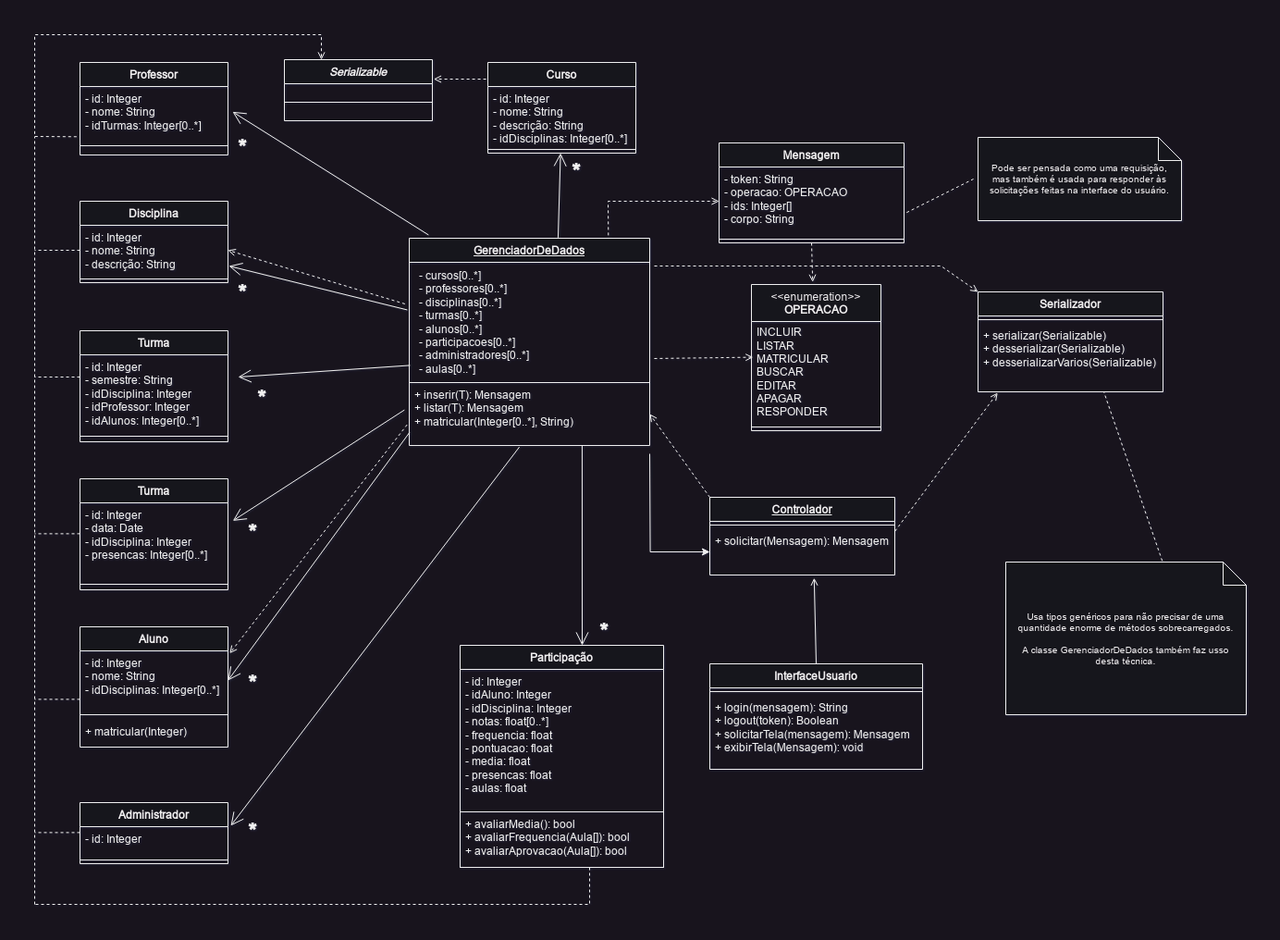
This is docs/entrega/02/img/class_100-dark.drawio.png from jultty/aps-escola, a draw.io export, as it was before one commit. Source tidied: cells renumbered, new cells last; positions are measured from the earlier drawing's top-left corner, leaving out a move shared by most shapes.
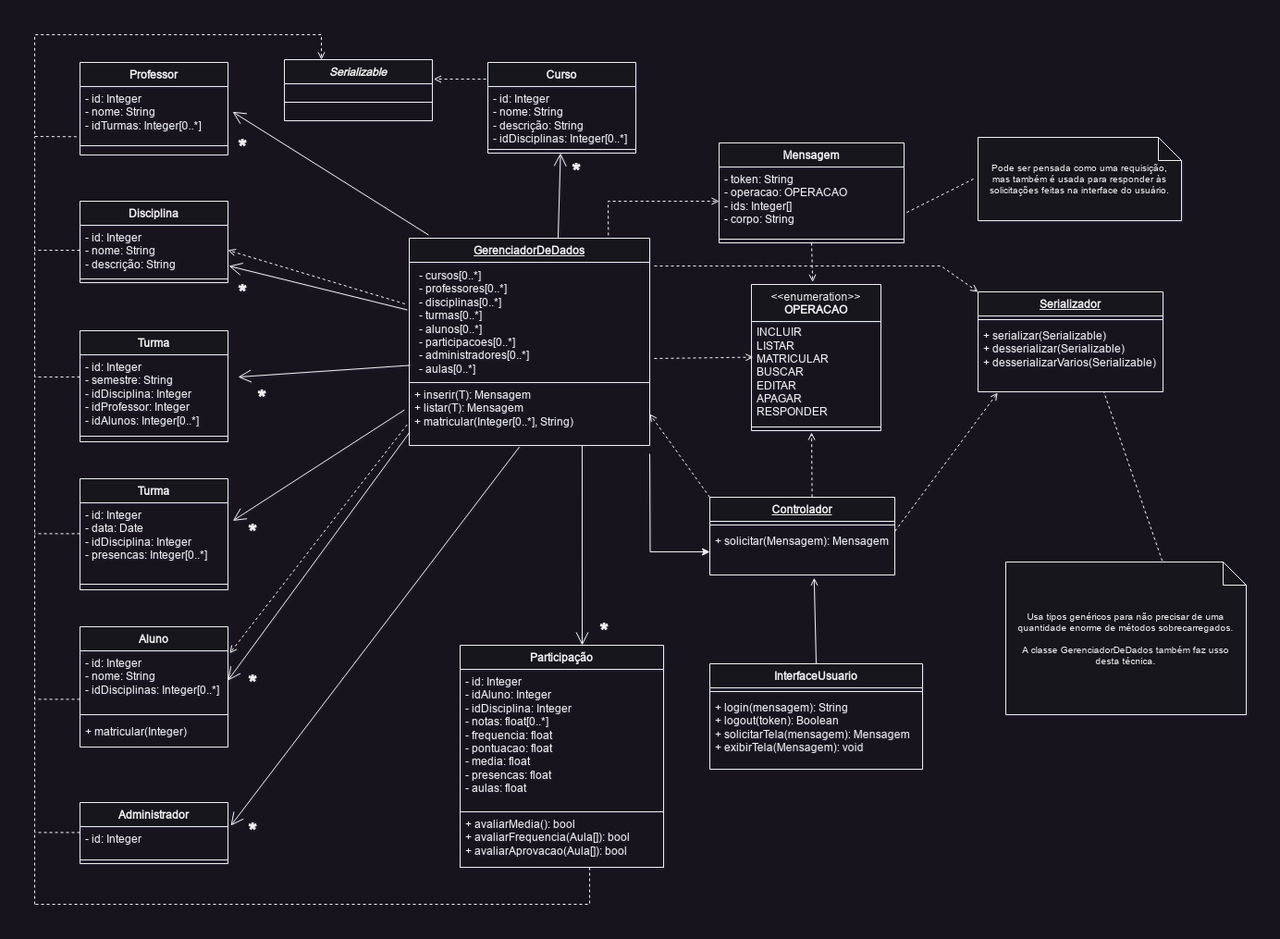
Later version of the same file.

Change to the diagram source:
```diff
@@ -276,7 +276,7 @@
         <mxPoint x="665" y="453" as="sourcePoint" />
       </mxGeometry>
     </mxCell>
-    <mxCell id="78" value="Serializador" style="swimlane;fontStyle=1;align=center;verticalAlign=top;horizontal=1;startSize=26;whiteSpace=wrap;html=1;" parent="1" vertex="1">
+    <mxCell id="78" value="&lt;u&gt;Serializador&lt;/u&gt;" style="swimlane;fontStyle=1;align=center;verticalAlign=top;horizontal=1;startSize=26;whiteSpace=wrap;html=1;" parent="1" vertex="1">
       <mxGeometry x="1020" y="278" width="200" height="108" as="geometry" />
     </mxCell>
     <mxCell id="79" style="line;strokeWidth=1;fillColor=none;align=left;verticalAlign=middle;spacingTop=-1;spacingLeft=3;spacingRight=3;labelPosition=right;strokeColor=inherit;" parent="78" vertex="1">
@@ -308,5 +308,10 @@
     <mxCell id="87" style="rounded=0;jettySize=auto;html=1;dashed=1;endArrow=open;endFill=0;exitX=0.5;exitY=1;exitDx=0;exitDy=0;entryX=0.473;entryY=-0.017;entryDx=0;entryDy=0;entryPerimeter=0;" parent="1" edge="1" source="48" target="51">
       <mxGeometry relative="1" as="geometry" />
     </mxCell>
+    <mxCell id="88" style="rounded=0;jettySize=auto;html=1;dashed=1;endArrow=open;endFill=0;exitX=0.553;exitY=-0.004;exitDx=0;exitDy=0;exitPerimeter=0;" parent="1" edge="1" source="45">
+      <mxGeometry relative="1" as="geometry">
+        <mxPoint x="840" y="430" as="targetPoint" />
+      </mxGeometry>
+    </mxCell>
   </root>
 </mxGraphModel>
```
